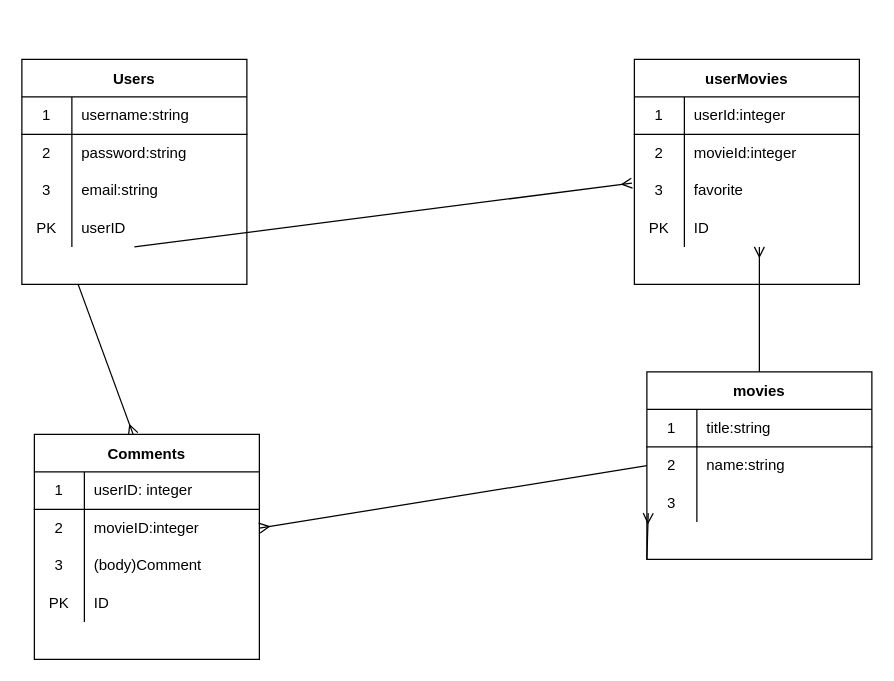
The draw.io diagram controllers/ERD.drawio in Hoan-K-Le/Favorite-Movies, before the edit. Source tidied: cells renumbered, new cells numbered last; positions are measured from the earlier drawing's top-left corner, leaving out a move shared by most shapes. Both pictures are drawn from the tidied source at 125%, with x=0, y=0 at pixel (21, 59).
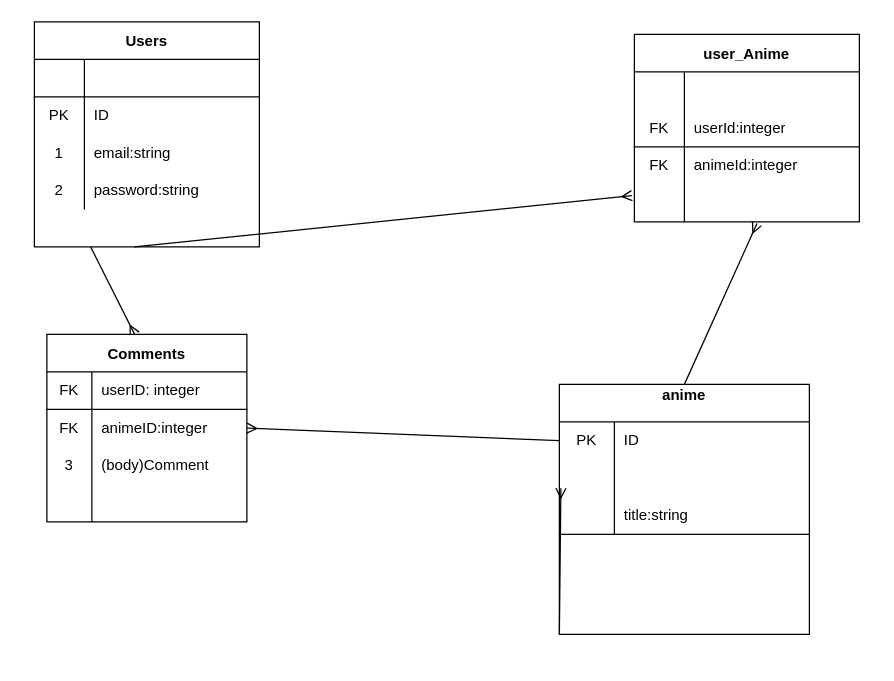
Above is the later version.

Unchanged cells that the change refers to:
```xml
<mxCell id="5" style="shape=partialRectangle;html=1;whiteSpace=wrap;fillColor=none;top=0;left=0;bottom=1;right=0;" parent="4" vertex="1">
  <mxGeometry y="30" width="180" height="30" as="geometry" />
</mxCell>
```

Change to the diagram source:
```diff
@@
     <mxCell id="4" value="Users" style="shape=table;startSize=30;childLayout=tableLayout;rowLines=0;fontStyle=1;align=center;" parent="1" vertex="1">
-      <mxGeometry width="180" height="180" as="geometry" />
+      <mxGeometry x="10" y="-30" width="180" height="180" as="geometry" />
     </mxCell>
@@
-    <mxCell id="6" value="1" style="shape=partialRectangle;html=1;whiteSpace=wrap;fillColor=none;top=0;left=0;bottom=0;right=0;overflow=hidden;" parent="5" vertex="1">
+    <mxCell id="6" style="shape=partialRectangle;html=1;whiteSpace=wrap;fillColor=none;top=0;left=0;bottom=0;right=0;overflow=hidden;" parent="5" vertex="1">
       <mxGeometry width="40" height="30" as="geometry" />
     </mxCell>
-    <mxCell id="7" value="username:string" style="shape=partialRectangle;html=1;whiteSpace=wrap;fillColor=none;top=0;left=0;bottom=0;right=0;align=left;spacingLeft=6;overflow=hidden;" parent="5" vertex="1">
+    <mxCell id="7" style="shape=partialRectangle;html=1;whiteSpace=wrap;fillColor=none;top=0;left=0;bottom=0;right=0;align=left;spacingLeft=6;overflow=hidden;" parent="5" vertex="1">
       <mxGeometry x="40" width="140" height="30" as="geometry" />
     </mxCell>
+    <mxCell id="14" style="shape=partialRectangle;html=1;whiteSpace=wrap;fillColor=none;top=0;left=0;bottom=0;right=0;" parent="4" vertex="1">
+      <mxGeometry y="60" width="180" height="30" as="geometry" />
+    </mxCell>
+    <mxCell id="15" value="PK" style="shape=partialRectangle;html=1;whiteSpace=wrap;fillColor=none;top=0;left=0;bottom=0;right=0;overflow=hidden;" parent="14" vertex="1">
+      <mxGeometry width="40" height="30" as="geometry" />
+    </mxCell>
+    <mxCell id="16" value="ID" style="shape=partialRectangle;html=1;whiteSpace=wrap;fillColor=none;top=0;left=0;bottom=0;right=0;align=left;spacingLeft=6;overflow=hidden;" parent="14" vertex="1">
+      <mxGeometry x="40" width="140" height="30" as="geometry" />
+    </mxCell>
+    <mxCell id="11" style="shape=partialRectangle;html=1;whiteSpace=wrap;fillColor=none;top=0;left=0;bottom=0;right=0;" parent="4" vertex="1">
+      <mxGeometry y="90" width="180" height="30" as="geometry" />
+    </mxCell>
+    <mxCell id="12" value="1" style="shape=partialRectangle;html=1;whiteSpace=wrap;fillColor=none;top=0;left=0;bottom=0;right=0;overflow=hidden;" parent="11" vertex="1">
+      <mxGeometry width="40" height="30" as="geometry" />
+    </mxCell>
+    <mxCell id="13" value="email:string" style="shape=partialRectangle;html=1;whiteSpace=wrap;fillColor=none;top=0;left=0;bottom=0;right=0;align=left;spacingLeft=6;overflow=hidden;" parent="11" vertex="1">
+      <mxGeometry x="40" width="140" height="30" as="geometry" />
+    </mxCell>
     <mxCell id="8" style="shape=partialRectangle;html=1;whiteSpace=wrap;fillColor=none;top=0;left=0;bottom=0;right=0;" parent="4" vertex="1">
-      <mxGeometry y="60" width="180" height="30" as="geometry" />
+      <mxGeometry y="120" width="180" height="30" as="geometry" />
     </mxCell>
@@
-    <mxCell id="11" style="shape=partialRectangle;html=1;whiteSpace=wrap;fillColor=none;top=0;left=0;bottom=0;right=0;" parent="4" vertex="1">
-      <mxGeometry y="90" width="180" height="30" as="geometry" />
-    </mxCell>
-    <mxCell id="12" value="3" style="shape=partialRectangle;html=1;whiteSpace=wrap;fillColor=none;top=0;left=0;bottom=0;right=0;overflow=hidden;" parent="11" vertex="1">
-      <mxGeometry width="40" height="30" as="geometry" />
-    </mxCell>
-    <mxCell id="13" value="email:string" style="shape=partialRectangle;html=1;whiteSpace=wrap;fillColor=none;top=0;left=0;bottom=0;right=0;align=left;spacingLeft=6;overflow=hidden;" parent="11" vertex="1">
-      <mxGeometry x="40" width="140" height="30" as="geometry" />
-    </mxCell>
-    <mxCell id="14" style="shape=partialRectangle;html=1;whiteSpace=wrap;fillColor=none;top=0;left=0;bottom=0;right=0;" parent="4" vertex="1">
-      <mxGeometry y="120" width="180" height="30" as="geometry" />
-    </mxCell>
-    <mxCell id="15" value="PK" style="shape=partialRectangle;html=1;whiteSpace=wrap;fillColor=none;top=0;left=0;bottom=0;right=0;overflow=hidden;" parent="14" vertex="1">
-      <mxGeometry width="40" height="30" as="geometry" />
-    </mxCell>
-    <mxCell id="16" value="userID" style="shape=partialRectangle;html=1;whiteSpace=wrap;fillColor=none;top=0;left=0;bottom=0;right=0;align=left;spacingLeft=6;overflow=hidden;" parent="14" vertex="1">
-      <mxGeometry x="40" width="140" height="30" as="geometry" />
-    </mxCell>
-    <mxCell id="17" value="userMovies" style="shape=table;startSize=30;childLayout=tableLayout;rowLines=0;fontStyle=1;align=center;" parent="1" vertex="1">
-      <mxGeometry x="490" width="180" height="180" as="geometry" />
+    <mxCell id="17" value="user_Anime" style="shape=table;startSize=30;childLayout=tableLayout;rowLines=0;fontStyle=1;align=center;" parent="1" vertex="1">
+      <mxGeometry x="490" y="-20" width="180" height="150" as="geometry" />
     </mxCell>
+    <mxCell id="27" style="shape=partialRectangle;html=1;whiteSpace=wrap;fillColor=none;top=0;left=0;bottom=0;right=0;" parent="17" vertex="1">
+      <mxGeometry y="30" width="180" height="30" as="geometry" />
+    </mxCell>
+    <mxCell id="28" style="shape=partialRectangle;html=1;whiteSpace=wrap;fillColor=none;top=0;left=0;bottom=0;right=0;overflow=hidden;" parent="27" vertex="1">
+      <mxGeometry width="40" height="30" as="geometry" />
+    </mxCell>
+    <mxCell id="29" style="shape=partialRectangle;html=1;whiteSpace=wrap;fillColor=none;top=0;left=0;bottom=0;right=0;align=left;spacingLeft=6;overflow=hidden;" parent="27" vertex="1">
+      <mxGeometry x="40" width="140" height="30" as="geometry" />
+    </mxCell>
     <mxCell id="18" style="shape=partialRectangle;html=1;whiteSpace=wrap;fillColor=none;top=0;left=0;bottom=1;right=0;" parent="17" vertex="1">
-      <mxGeometry y="30" width="180" height="30" as="geometry" />
+      <mxGeometry y="60" width="180" height="30" as="geometry" />
     </mxCell>
-    <mxCell id="19" value="1" style="shape=partialRectangle;html=1;whiteSpace=wrap;fillColor=none;top=0;left=0;bottom=0;right=0;overflow=hidden;" parent="18" vertex="1">
+    <mxCell id="19" value="FK" style="shape=partialRectangle;html=1;whiteSpace=wrap;fillColor=none;top=0;left=0;bottom=0;right=0;overflow=hidden;" parent="18" vertex="1">
       <mxGeometry width="40" height="30" as="geometry" />
     </mxCell>
@@
     <mxCell id="21" style="shape=partialRectangle;html=1;whiteSpace=wrap;fillColor=none;top=0;left=0;bottom=0;right=0;" parent="17" vertex="1">
-      <mxGeometry y="60" width="180" height="30" as="geometry" />
+      <mxGeometry y="90" width="180" height="30" as="geometry" />
     </mxCell>
-    <mxCell id="22" value="2" style="shape=partialRectangle;html=1;whiteSpace=wrap;fillColor=none;top=0;left=0;bottom=0;right=0;overflow=hidden;" parent="21" vertex="1">
+    <mxCell id="22" value="FK" style="shape=partialRectangle;html=1;whiteSpace=wrap;fillColor=none;top=0;left=0;bottom=0;right=0;overflow=hidden;" parent="21" vertex="1">
       <mxGeometry width="40" height="30" as="geometry" />
     </mxCell>
-    <mxCell id="23" value="movieId:integer" style="shape=partialRectangle;html=1;whiteSpace=wrap;fillColor=none;top=0;left=0;bottom=0;right=0;align=left;spacingLeft=6;overflow=hidden;" parent="21" vertex="1">
+    <mxCell id="23" value="animeId:integer" style="shape=partialRectangle;html=1;whiteSpace=wrap;fillColor=none;top=0;left=0;bottom=0;right=0;align=left;spacingLeft=6;overflow=hidden;" parent="21" vertex="1">
       <mxGeometry x="40" width="140" height="30" as="geometry" />
     </mxCell>
     <mxCell id="24" style="shape=partialRectangle;html=1;whiteSpace=wrap;fillColor=none;top=0;left=0;bottom=0;right=0;points=[[0,0.5],[1,0.5]];portConstraint=eastwest;" parent="17" vertex="1">
-      <mxGeometry y="90" width="180" height="30" as="geometry" />
+      <mxGeometry y="120" width="180" height="30" as="geometry" />
     </mxCell>
-    <mxCell id="25" value="3" style="shape=partialRectangle;html=1;whiteSpace=wrap;fillColor=none;top=0;left=0;bottom=0;right=0;overflow=hidden;" parent="24" vertex="1">
+    <mxCell id="25" style="shape=partialRectangle;html=1;whiteSpace=wrap;fillColor=none;top=0;left=0;bottom=0;right=0;overflow=hidden;" parent="24" vertex="1">
       <mxGeometry width="40" height="30" as="geometry" />
     </mxCell>
-    <mxCell id="26" value="favorite" style="shape=partialRectangle;html=1;whiteSpace=wrap;fillColor=none;top=0;left=0;bottom=0;right=0;align=left;spacingLeft=6;overflow=hidden;" parent="24" vertex="1">
+    <mxCell id="26" style="shape=partialRectangle;html=1;whiteSpace=wrap;fillColor=none;top=0;left=0;bottom=0;right=0;align=left;spacingLeft=6;overflow=hidden;" parent="24" vertex="1">
       <mxGeometry x="40" width="140" height="30" as="geometry" />
     </mxCell>
-    <mxCell id="27" style="shape=partialRectangle;html=1;whiteSpace=wrap;fillColor=none;top=0;left=0;bottom=0;right=0;" parent="17" vertex="1">
-      <mxGeometry y="120" width="180" height="30" as="geometry" />
-    </mxCell>
-    <mxCell id="28" value="PK" style="shape=partialRectangle;html=1;whiteSpace=wrap;fillColor=none;top=0;left=0;bottom=0;right=0;overflow=hidden;" parent="27" vertex="1">
-      <mxGeometry width="40" height="30" as="geometry" />
-    </mxCell>
-    <mxCell id="29" value="ID" style="shape=partialRectangle;html=1;whiteSpace=wrap;fillColor=none;top=0;left=0;bottom=0;right=0;align=left;spacingLeft=6;overflow=hidden;" parent="27" vertex="1">
-      <mxGeometry x="40" width="140" height="30" as="geometry" />
-    </mxCell>
     <mxCell id="30" value="Comments" style="shape=table;startSize=30;childLayout=tableLayout;rowLines=0;fontStyle=1;align=center;" parent="1" vertex="1">
-      <mxGeometry x="10" y="300" width="180" height="180" as="geometry" />
+      <mxGeometry x="20" y="220" width="160" height="150" as="geometry" />
     </mxCell>
     <mxCell id="31" style="shape=partialRectangle;html=1;whiteSpace=wrap;fillColor=none;top=0;left=0;bottom=1;right=0;" parent="30" vertex="1">
-      <mxGeometry y="30" width="180" height="30" as="geometry" />
+      <mxGeometry y="30" width="160" height="30" as="geometry" />
     </mxCell>
-    <mxCell id="32" value="1" style="shape=partialRectangle;html=1;whiteSpace=wrap;fillColor=none;top=0;left=0;bottom=0;right=0;overflow=hidden;" parent="31" vertex="1">
-      <mxGeometry width="40" height="30" as="geometry" />
+    <mxCell id="32" value="FK" style="shape=partialRectangle;html=1;whiteSpace=wrap;fillColor=none;top=0;left=0;bottom=0;right=0;overflow=hidden;" parent="31" vertex="1">
+      <mxGeometry width="36" height="30" as="geometry" />
     </mxCell>
     <mxCell id="33" value="userID: integer" style="shape=partialRectangle;html=1;whiteSpace=wrap;fillColor=none;top=0;left=0;bottom=0;right=0;align=left;spacingLeft=6;overflow=hidden;" parent="31" vertex="1">
-      <mxGeometry x="40" width="140" height="30" as="geometry" />
+      <mxGeometry x="36" width="124" height="30" as="geometry" />
     </mxCell>
     <mxCell id="34" style="shape=partialRectangle;html=1;whiteSpace=wrap;fillColor=none;top=0;left=0;bottom=0;right=0;points=[[0,0.5],[1,0.5]];portConstraint=eastwest;" parent="30" vertex="1">
-      <mxGeometry y="60" width="180" height="30" as="geometry" />
+      <mxGeometry y="60" width="160" height="30" as="geometry" />
     </mxCell>
-    <mxCell id="35" value="2" style="shape=partialRectangle;html=1;whiteSpace=wrap;fillColor=none;top=0;left=0;bottom=0;right=0;overflow=hidden;" parent="34" vertex="1">
-      <mxGeometry width="40" height="30" as="geometry" />
+    <mxCell id="35" value="FK" style="shape=partialRectangle;html=1;whiteSpace=wrap;fillColor=none;top=0;left=0;bottom=0;right=0;overflow=hidden;" parent="34" vertex="1">
+      <mxGeometry width="36" height="30" as="geometry" />
     </mxCell>
-    <mxCell id="36" value="movieID:integer" style="shape=partialRectangle;html=1;whiteSpace=wrap;fillColor=none;top=0;left=0;bottom=0;right=0;align=left;spacingLeft=6;overflow=hidden;" parent="34" vertex="1">
-      <mxGeometry x="40" width="140" height="30" as="geometry" />
+    <mxCell id="36" value="animeID:integer" style="shape=partialRectangle;html=1;whiteSpace=wrap;fillColor=none;top=0;left=0;bottom=0;right=0;align=left;spacingLeft=6;overflow=hidden;" parent="34" vertex="1">
+      <mxGeometry x="36" width="124" height="30" as="geometry" />
     </mxCell>
     <mxCell id="37" style="shape=partialRectangle;html=1;whiteSpace=wrap;fillColor=none;top=0;left=0;bottom=0;right=0;" parent="30" vertex="1">
-      <mxGeometry y="90" width="180" height="30" as="geometry" />
+      <mxGeometry y="90" width="160" height="30" as="geometry" />
     </mxCell>
     <mxCell id="38" value="3" style="shape=partialRectangle;html=1;whiteSpace=wrap;fillColor=none;top=0;left=0;bottom=0;right=0;overflow=hidden;" parent="37" vertex="1">
-      <mxGeometry width="40" height="30" as="geometry" />
+      <mxGeometry width="36" height="30" as="geometry" />
     </mxCell>
     <mxCell id="39" value="(body)Comment" style="shape=partialRectangle;html=1;whiteSpace=wrap;fillColor=none;top=0;left=0;bottom=0;right=0;align=left;spacingLeft=6;overflow=hidden;" parent="37" vertex="1">
-      <mxGeometry x="40" width="140" height="30" as="geometry" />
+      <mxGeometry x="36" width="124" height="30" as="geometry" />
     </mxCell>
     <mxCell id="40" style="shape=partialRectangle;html=1;whiteSpace=wrap;fillColor=none;top=0;left=0;bottom=0;right=0;" parent="30" vertex="1">
-      <mxGeometry y="120" width="180" height="30" as="geometry" />
+      <mxGeometry y="120" width="160" height="30" as="geometry" />
     </mxCell>
-    <mxCell id="41" value="PK" style="shape=partialRectangle;html=1;whiteSpace=wrap;fillColor=none;top=0;left=0;bottom=0;right=0;overflow=hidden;" parent="40" vertex="1">
-      <mxGeometry width="40" height="30" as="geometry" />
+    <mxCell id="41" style="shape=partialRectangle;html=1;whiteSpace=wrap;fillColor=none;top=0;left=0;bottom=0;right=0;overflow=hidden;" parent="40" vertex="1">
+      <mxGeometry width="36" height="30" as="geometry" />
     </mxCell>
-    <mxCell id="42" value="ID" style="shape=partialRectangle;html=1;whiteSpace=wrap;fillColor=none;top=0;left=0;bottom=0;right=0;align=left;spacingLeft=6;overflow=hidden;" parent="40" vertex="1">
-      <mxGeometry x="40" width="140" height="30" as="geometry" />
+    <mxCell id="42" style="shape=partialRectangle;html=1;whiteSpace=wrap;fillColor=none;top=0;left=0;bottom=0;right=0;align=left;spacingLeft=6;overflow=hidden;" parent="40" vertex="1">
+      <mxGeometry x="36" width="124" height="30" as="geometry" />
     </mxCell>
-    <mxCell id="43" style="edgeStyle=none;html=1;exitX=0.5;exitY=0;exitDx=0;exitDy=0;endArrow=ERmany;endFill=0;" parent="1" edge="1" source="44">
-      <mxGeometry relative="1" as="geometry">
-        <mxPoint x="590" y="150" as="targetPoint" />
-      </mxGeometry>
+    <mxCell id="43" style="edgeStyle=none;html=1;exitX=0.5;exitY=0;exitDx=0;exitDy=0;endArrow=ERmany;endFill=0;entryX=0.545;entryY=1.045;entryDx=0;entryDy=0;entryPerimeter=0;" parent="1" edge="1" source="44" target="24">
+      <mxGeometry relative="1" as="geometry" />
     </mxCell>
-    <mxCell id="44" value="movies" style="shape=table;startSize=30;childLayout=tableLayout;rowLines=0;fontStyle=1;align=center;" parent="1" vertex="1">
-      <mxGeometry x="500" y="250" width="180" height="150" as="geometry" />
+    <mxCell id="44" value="anime&#10;" style="shape=table;startSize=30;childLayout=tableLayout;rowLines=0;fontStyle=1;align=center;" parent="1" vertex="1">
+      <mxGeometry x="430" y="260" width="200" height="200" as="geometry" />
     </mxCell>
+    <mxCell id="48" style="shape=partialRectangle;html=1;whiteSpace=wrap;fillColor=none;top=0;left=0;bottom=0;right=0;points=[[0,0.5],[1,0.5]];portConstraint=eastwest;" parent="44" vertex="1">
+      <mxGeometry y="30" width="200" height="30" as="geometry" />
+    </mxCell>
+    <mxCell id="49" value="PK" style="shape=partialRectangle;html=1;whiteSpace=wrap;fillColor=none;top=0;left=0;bottom=0;right=0;overflow=hidden;" parent="48" vertex="1">
+      <mxGeometry width="44" height="30" as="geometry" />
+    </mxCell>
+    <mxCell id="50" value="ID" style="shape=partialRectangle;html=1;whiteSpace=wrap;fillColor=none;top=0;left=0;bottom=0;right=0;align=left;spacingLeft=6;overflow=hidden;" parent="48" vertex="1">
+      <mxGeometry x="44" width="156" height="30" as="geometry" />
+    </mxCell>
+    <mxCell id="54" style="edgeStyle=none;html=1;exitX=0;exitY=1;exitDx=0;exitDy=0;entryX=0.006;entryY=0.767;entryDx=0;entryDy=0;entryPerimeter=0;endArrow=ERmany;endFill=0;" parent="44" edge="1" source="44" target="51">
+      <mxGeometry relative="1" as="geometry" />
+    </mxCell>
+    <mxCell id="51" style="shape=partialRectangle;html=1;whiteSpace=wrap;fillColor=none;top=0;left=0;bottom=0;right=0;points=[[0,0.5],[1,0.5]];portConstraint=eastwest;" parent="44" vertex="1">
+      <mxGeometry y="60" width="200" height="30" as="geometry" />
+    </mxCell>
+    <mxCell id="52" style="shape=partialRectangle;html=1;whiteSpace=wrap;fillColor=none;top=0;left=0;bottom=0;right=0;overflow=hidden;" parent="51" vertex="1">
+      <mxGeometry width="44" height="30" as="geometry" />
+    </mxCell>
+    <mxCell id="53" style="shape=partialRectangle;html=1;whiteSpace=wrap;fillColor=none;top=0;left=0;bottom=0;right=0;align=left;spacingLeft=6;overflow=hidden;" parent="51" vertex="1">
+      <mxGeometry x="44" width="156" height="30" as="geometry" />
+    </mxCell>
     <mxCell id="45" style="shape=partialRectangle;html=1;whiteSpace=wrap;fillColor=none;top=0;left=0;bottom=1;right=0;" parent="44" vertex="1">
-      <mxGeometry y="30" width="180" height="30" as="geometry" />
+      <mxGeometry y="90" width="200" height="30" as="geometry" />
     </mxCell>
-    <mxCell id="46" value="1" style="shape=partialRectangle;html=1;whiteSpace=wrap;fillColor=none;top=0;left=0;bottom=0;right=0;overflow=hidden;" parent="45" vertex="1">
-      <mxGeometry width="40" height="30" as="geometry" />
+    <mxCell id="46" style="shape=partialRectangle;html=1;whiteSpace=wrap;fillColor=none;top=0;left=0;bottom=0;right=0;overflow=hidden;" parent="45" vertex="1">
+      <mxGeometry width="44" height="30" as="geometry" />
     </mxCell>
     <mxCell id="47" value="title:string" style="shape=partialRectangle;html=1;whiteSpace=wrap;fillColor=none;top=0;left=0;bottom=0;right=0;align=left;spacingLeft=6;overflow=hidden;" parent="45" vertex="1">
-      <mxGeometry x="40" width="140" height="30" as="geometry" />
+      <mxGeometry x="44" width="156" height="30" as="geometry" />
     </mxCell>
-    <mxCell id="48" style="shape=partialRectangle;html=1;whiteSpace=wrap;fillColor=none;top=0;left=0;bottom=0;right=0;points=[[0,0.5],[1,0.5]];portConstraint=eastwest;" parent="44" vertex="1">
-      <mxGeometry y="60" width="180" height="30" as="geometry" />
-    </mxCell>
-    <mxCell id="49" value="2" style="shape=partialRectangle;html=1;whiteSpace=wrap;fillColor=none;top=0;left=0;bottom=0;right=0;overflow=hidden;" parent="48" vertex="1">
-      <mxGeometry width="40" height="30" as="geometry" />
-    </mxCell>
-    <mxCell id="50" value="name:string" style="shape=partialRectangle;html=1;whiteSpace=wrap;fillColor=none;top=0;left=0;bottom=0;right=0;align=left;spacingLeft=6;overflow=hidden;" parent="48" vertex="1">
-      <mxGeometry x="40" width="140" height="30" as="geometry" />
-    </mxCell>
-    <mxCell id="51" style="shape=partialRectangle;html=1;whiteSpace=wrap;fillColor=none;top=0;left=0;bottom=0;right=0;points=[[0,0.5],[1,0.5]];portConstraint=eastwest;" parent="44" vertex="1">
-      <mxGeometry y="90" width="180" height="30" as="geometry" />
-    </mxCell>
-    <mxCell id="52" value="3" style="shape=partialRectangle;html=1;whiteSpace=wrap;fillColor=none;top=0;left=0;bottom=0;right=0;overflow=hidden;" parent="51" vertex="1">
-      <mxGeometry width="40" height="30" as="geometry" />
-    </mxCell>
-    <mxCell id="53" style="shape=partialRectangle;html=1;whiteSpace=wrap;fillColor=none;top=0;left=0;bottom=0;right=0;align=left;spacingLeft=6;overflow=hidden;" parent="51" vertex="1">
-      <mxGeometry x="40" width="140" height="30" as="geometry" />
-    </mxCell>
-    <mxCell id="54" style="edgeStyle=none;html=1;exitX=0;exitY=1;exitDx=0;exitDy=0;entryX=0.006;entryY=0.767;entryDx=0;entryDy=0;entryPerimeter=0;endArrow=ERmany;endFill=0;" parent="44" edge="1" source="44" target="51">
-      <mxGeometry relative="1" as="geometry" />
-    </mxCell>
```
